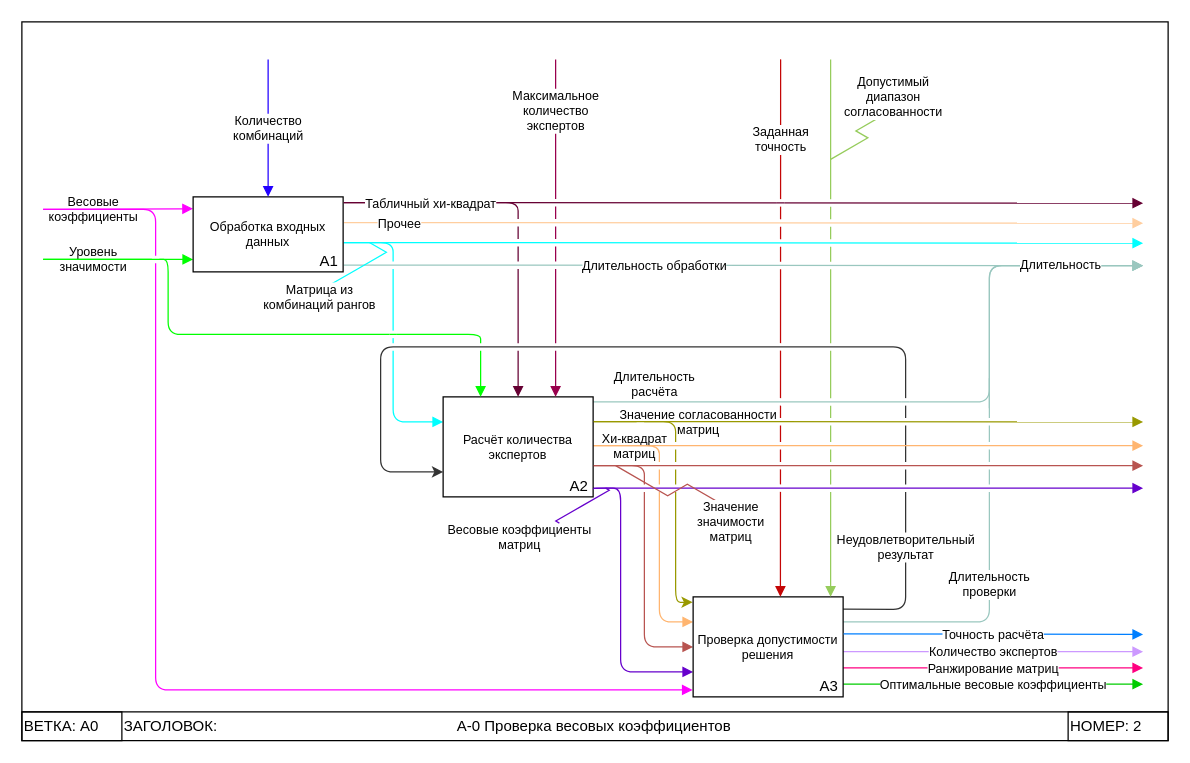
Earlier version of the draw.io diagram page "А0" (2 of 4) of draw_io/idef0 prog.drawio (Dimj1k/Works). Source tidied: cells renumbered, new cells numbered last; positions are measured from the earlier drawing's top-left corner, leaving out a move shared by most shapes. Both pictures are drawn from the tidied source at 125%, with x=0, y=0 at pixel (21, 21).
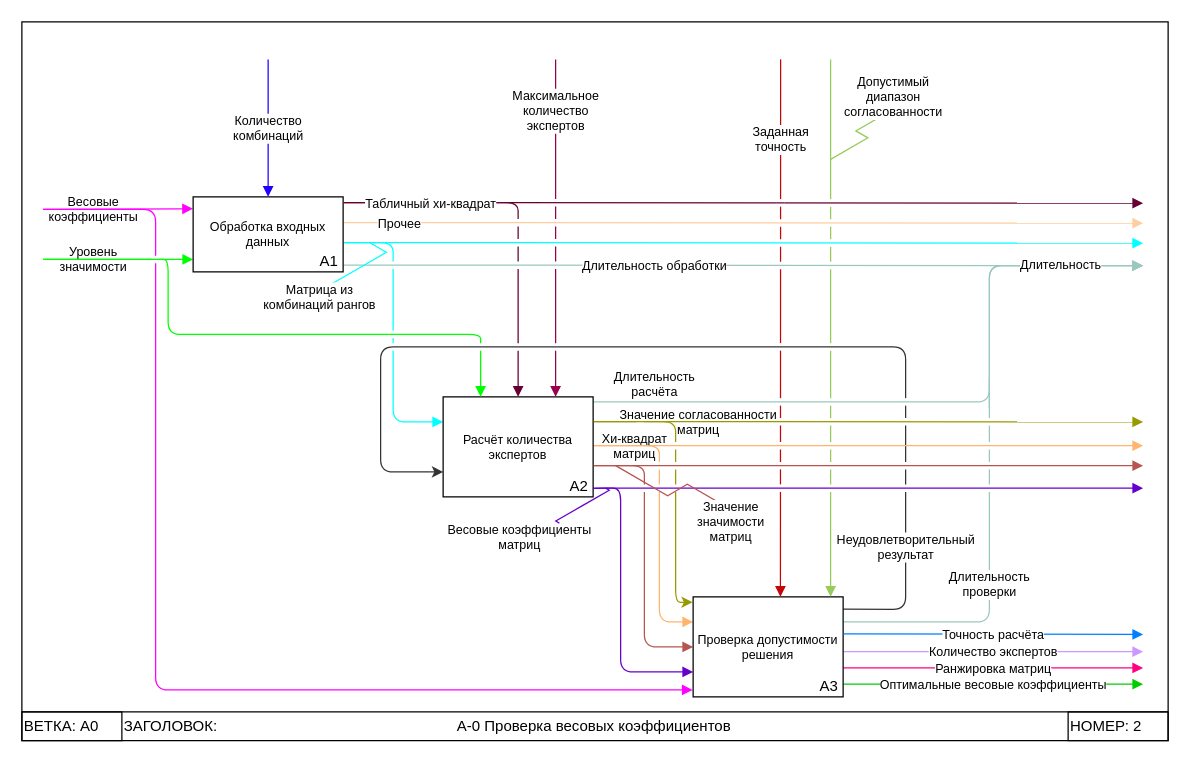
The same diagram, later.

Diff of the diagram source:
```diff
@@
-    <mxCell id="3" value="Ранжирование матриц" style="endArrow=block;html=1;rounded=0;exitX=1.003;exitY=0.371;exitDx=0;exitDy=0;exitPerimeter=0;fontSize=10;endFill=1;strokeColor=#FF0080;" parent="1" edge="1">
+    <mxCell id="3" value="Ранжировка матриц" style="endArrow=block;html=1;rounded=0;exitX=1.003;exitY=0.371;exitDx=0;exitDy=0;exitPerimeter=0;fontSize=10;endFill=1;strokeColor=#FF0080;" parent="1" edge="1">
       <mxGeometry relative="1" as="geometry">
         <mxPoint x="657" y="516.8" as="sourcePoint" />
         <mxPoint x="897" y="516.8" as="targetPoint" />
       </mxGeometry>
     </mxCell>
```
